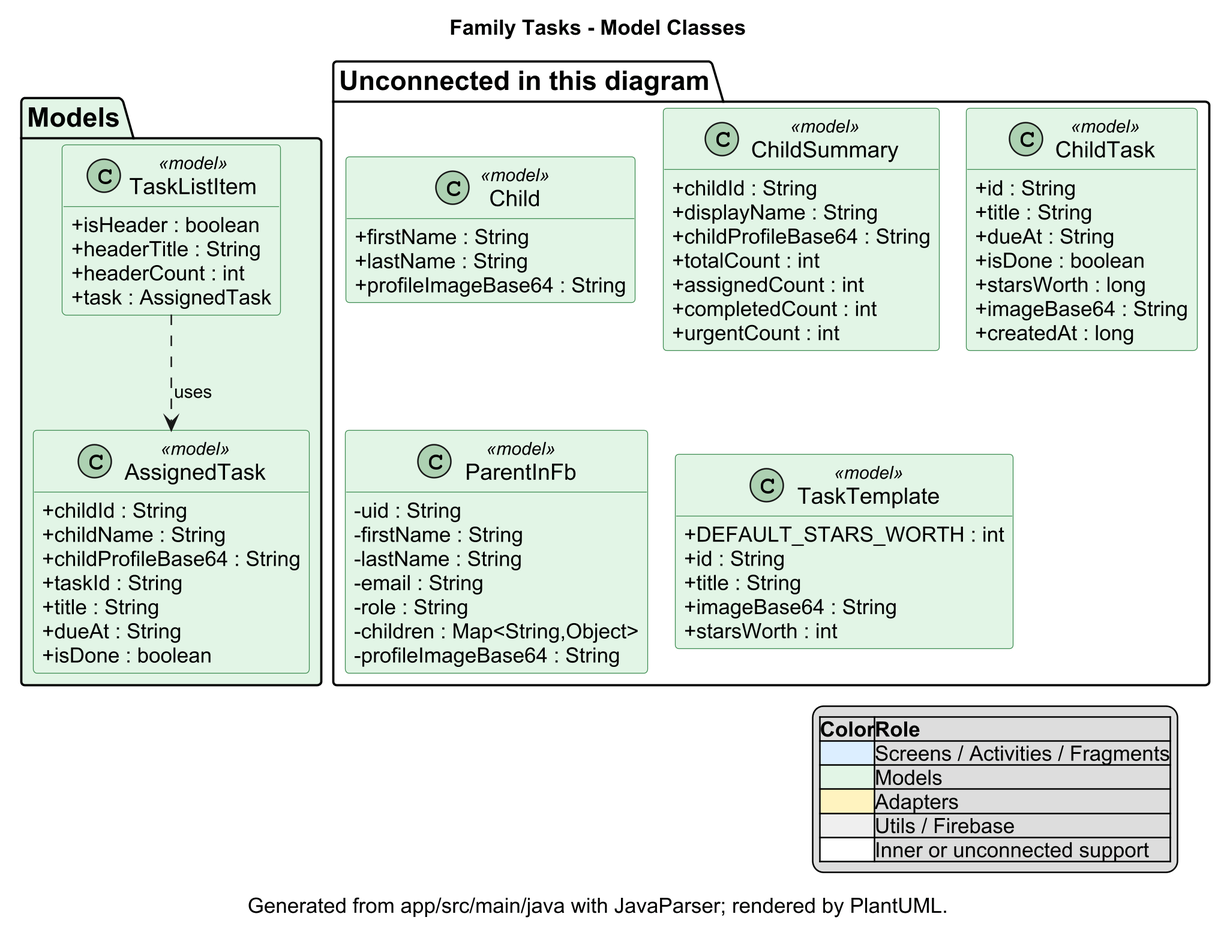
Earlier version of the PlantUML export docs/uml/images/family_tasks_models.png (Roeip2000/Family_Tasks_Proj). Source of this version:
```plantuml
@startuml
!pragma layout smetana
skinparam dpi 240
skinparam shadowing false
skinparam linetype ortho
skinparam classAttributeIconSize 0
skinparam defaultFontName Arial
skinparam classFontSize 15
skinparam packageFontSize 18
skinparam ArrowFontSize 12
skinparam classBackgroundColor<<screen>> #DCEEFF
skinparam classBorderColor<<screen>> #2F6FA3
skinparam classBackgroundColor<<model>> #E2F5E6
skinparam classBorderColor<<model>> #3B8B4F
skinparam classBackgroundColor<<adapter>> #FFF3BF
skinparam classBorderColor<<adapter>> #B68A00
skinparam classBackgroundColor<<util>> #EFEFEF
skinparam classBorderColor<<util>> #777777
skinparam classBackgroundColor<<inner>> #FFFFFF
skinparam classBorderColor<<inner>> #666666
hide empty methods
title Family Tasks - Model Classes
caption Generated from app/src/main/java with JavaParser; rendered by PlantUML.

package "Models" #E2F5E6 {
class "AssignedTask" as com_example_family_tasks_proj_Parents_Dashbord_and_mange_model_AssignedTask <<model>> {
  + childId : String
  + childName : String
  + childProfileBase64 : String
  + taskId : String
  + title : String
  + dueAt : String
  + isDone : boolean
}
class "TaskListItem" as com_example_family_tasks_proj_Parents_Dashbord_and_mange_model_TaskListItem <<model>> {
  + isHeader : boolean
  + headerTitle : String
  + headerCount : int
  + task : AssignedTask
}
}

package "Unconnected in this diagram" #FFFFFF {
class "Child" as com_example_family_tasks_proj_child_model_Child <<model>> {
  + firstName : String
  + lastName : String
  + profileImageBase64 : String
}
class "ChildSummary" as com_example_family_tasks_proj_Parents_Dashbord_and_mange_model_ChildSummary <<model>> {
  + childId : String
  + displayName : String
  + childProfileBase64 : String
  + totalCount : int
  + assignedCount : int
  + completedCount : int
  + urgentCount : int
}
class "ChildTask" as com_example_family_tasks_proj_child_model_ChildTask <<model>> {
  + id : String
  + title : String
  + dueAt : String
  + isDone : boolean
  + starsWorth : long
  + imageBase64 : String
  + createdAt : long
}
class "ParentInFb" as com_example_family_tasks_proj_FireBase_ParentInFb <<model>> {
  - uid : String
  - firstName : String
  - lastName : String
  - email : String
  - role : String
  - children : Map<String,Object>
  - profileImageBase64 : String
}
class "TaskTemplate" as com_example_family_tasks_proj_Parents_Dashbord_and_mange_model_TaskTemplate <<model>> {
  + DEFAULT_STARS_WORTH : int
  + id : String
  + title : String
  + imageBase64 : String
  + starsWorth : int
}
}

com_example_family_tasks_proj_Parents_Dashbord_and_mange_model_TaskListItem ..> com_example_family_tasks_proj_Parents_Dashbord_and_mange_model_AssignedTask : uses

legend right
|=Color|=Role|
|<#DCEEFF>|Screens / Activities / Fragments|
|<#E2F5E6>|Models|
|<#FFF3BF>|Adapters|
|<#EFEFEF>|Utils / Firebase|
|<#FFFFFF>|Inner or unconnected support|
endlegend
@enduml
```
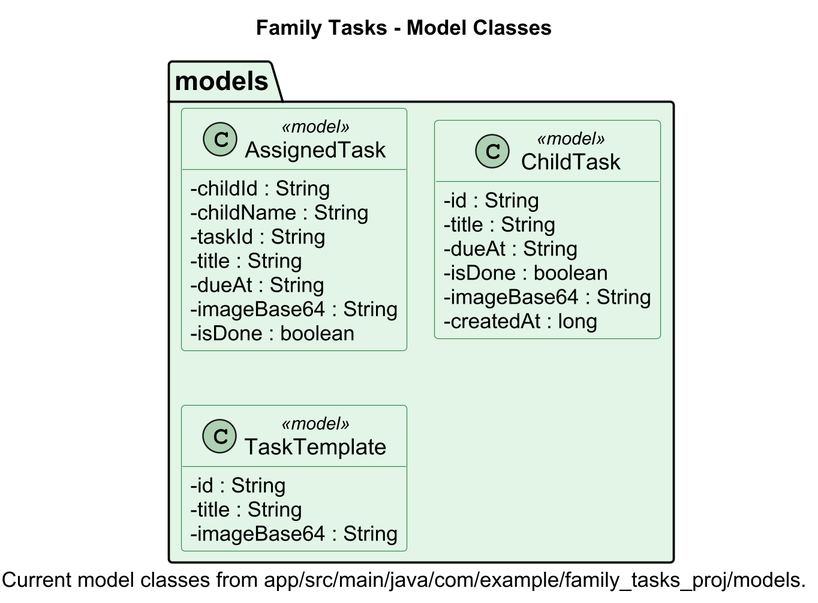
After the change.

Change to the diagram source:
```diff
@@ -7,89 +7,36 @@
 skinparam defaultFontName Arial
 skinparam classFontSize 15
 skinparam packageFontSize 18
-skinparam ArrowFontSize 12
-skinparam classBackgroundColor<<screen>> #DCEEFF
-skinparam classBorderColor<<screen>> #2F6FA3
 skinparam classBackgroundColor<<model>> #E2F5E6
 skinparam classBorderColor<<model>> #3B8B4F
-skinparam classBackgroundColor<<adapter>> #FFF3BF
-skinparam classBorderColor<<adapter>> #B68A00
-skinparam classBackgroundColor<<util>> #EFEFEF
-skinparam classBorderColor<<util>> #777777
-skinparam classBackgroundColor<<inner>> #FFFFFF
-skinparam classBorderColor<<inner>> #666666
 hide empty methods
 title Family Tasks - Model Classes
-caption Generated from app/src/main/java with JavaParser; rendered by PlantUML.
+caption Current model classes from app/src/main/java/com/example/family_tasks_proj/models.
 
-package "Models" #E2F5E6 {
-class "AssignedTask" as com_example_family_tasks_proj_Parents_Dashbord_and_mange_model_AssignedTask <<model>> {
-  + childId : String
-  + childName : String
-  + childProfileBase64 : String
-  + taskId : String
-  + title : String
-  + dueAt : String
-  + isDone : boolean
+package "models" #E2F5E6 {
+class "AssignedTask" as AssignedTask <<model>> {
+  - childId : String
+  - childName : String
+  - taskId : String
+  - title : String
+  - dueAt : String
+  - imageBase64 : String
+  - isDone : boolean
 }
-class "TaskListItem" as com_example_family_tasks_proj_Parents_Dashbord_and_mange_model_TaskListItem <<model>> {
-  + isHeader : boolean
-  + headerTitle : String
-  + headerCount : int
-  + task : AssignedTask
+
+class "ChildTask" as ChildTask <<model>> {
+  - id : String
+  - title : String
+  - dueAt : String
+  - isDone : boolean
+  - imageBase64 : String
+  - createdAt : long
+}
+
+class "TaskTemplate" as TaskTemplate <<model>> {
+  - id : String
+  - title : String
+  - imageBase64 : String
 }
 }
-
-package "Unconnected in this diagram" #FFFFFF {
-class "Child" as com_example_family_tasks_proj_child_model_Child <<model>> {
-  + firstName : String
-  + lastName : String
-  + profileImageBase64 : String
-}
-class "ChildSummary" as com_example_family_tasks_proj_Parents_Dashbord_and_mange_model_ChildSummary <<model>> {
-  + childId : String
-  + displayName : String
-  + childProfileBase64 : String
-  + totalCount : int
-  + assignedCount : int
-  + completedCount : int
-  + urgentCount : int
-}
-class "ChildTask" as com_example_family_tasks_proj_child_model_ChildTask <<model>> {
-  + id : String
-  + title : String
-  + dueAt : String
-  + isDone : boolean
-  + starsWorth : long
-  + imageBase64 : String
-  + createdAt : long
-}
-class "ParentInFb" as com_example_family_tasks_proj_FireBase_ParentInFb <<model>> {
-  - uid : String
-  - firstName : String
-  - lastName : String
-  - email : String
-  - role : String
-  - children : Map<String,Object>
-  - profileImageBase64 : String
-}
-class "TaskTemplate" as com_example_family_tasks_proj_Parents_Dashbord_and_mange_model_TaskTemplate <<model>> {
-  + DEFAULT_STARS_WORTH : int
-  + id : String
-  + title : String
-  + imageBase64 : String
-  + starsWorth : int
-}
-}
-
-com_example_family_tasks_proj_Parents_Dashbord_and_mange_model_TaskListItem ..> com_example_family_tasks_proj_Parents_Dashbord_and_mange_model_AssignedTask : uses
-
-legend right
-|=Color|=Role|
-|<#DCEEFF>|Screens / Activities / Fragments|
-|<#E2F5E6>|Models|
-|<#FFF3BF>|Adapters|
-|<#EFEFEF>|Utils / Firebase|
-|<#FFFFFF>|Inner or unconnected support|
-endlegend
 @enduml
```
